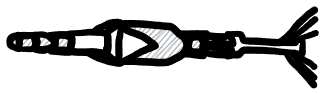
Above: ruleset/ressources/tandem-heat-charge.excalidraw.png in christsven/H.E.A.T (Excalidraw), before the change. Source tidied: one line per element, renumbered; positions are measured from the earlier drawing's top-left corner, leaving out a move shared by most shapes.
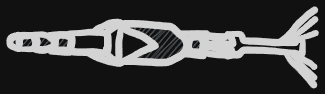
After the change.

Change to the diagram source:
```diff
@@ -1,24 +1,24 @@
-{"id": 0, "type": "freedraw", "strokeColor": "#000000", "angle": 0.01, "backgroundColor": "#868e96", "fillStyle": "hachure", "strokeWidth": 1, "roughness": 1, "x": 11, "y": 39, "width": 18, "height": 14, "points": [[0, 0], [4, 0], [10, 0], [12, 0], [13, 0], [13, -1], [15, -4], [16, -6], [17, -7], [16, -9], [15, -11], [14, -12], [13, -13], [13, -13], [12, -14], [9, -14], [7, -13], [5, -13], [4, -13], [3, -14], [1, -14], [0, -13], [-1, -13], [-1, -11], [-1, -10], [-1, -8], [-1, -7], [-1, -6]]}
+{"id": 0, "type": "freedraw", "strokeColor": "#1e1e1e", "angle": 0.01, "backgroundColor": "#868e96", "fillStyle": "hachure", "strokeWidth": 1, "roughness": 1, "x": 11, "y": 39, "width": 18, "height": 14, "points": [[0, 0], [4, 0], [10, 0], [12, 0], [13, 0], [13, -1], [15, -4], [16, -6], [17, -7], [16, -9], [15, -11], [14, -12], [13, -13], [13, -13], [12, -14], [9, -14], [7, -13], [5, -13], [4, -13], [3, -14], [1, -14], [0, -13], [-1, -13], [-1, -11], [-1, -10], [-1, -8], [-1, -7], [-1, -6]]}
-{"id": 1, "type": "freedraw", "strokeColor": "#000000", "angle": 0.01, "backgroundColor": "#868e96", "fillStyle": "hachure", "strokeWidth": 1, "roughness": 1, "x": 9, "y": 34, "width": 10, "height": 14, "points": [[0, 0], [0, 1], [0, 2], [0, 3], [0, 3], [0, 4], [0, 4], [0, 5], [0, 5], [0, 6], [-1, 6], [-2, 5], [-4, 4], [-5, 4], [-6, 4], [-7, 3], [-8, 3], [-9, 2], [-9, 2], [-9, 1], [-9, -1], [-9, -2], [-9, -3], [-9, -4], [-9, -4], [-9, -5], [-9, -5], [-7, -6], [-5, -7], [-3, -8], [-2, -8], [-1, -8]]}
+{"id": 1, "type": "freedraw", "strokeColor": "#1e1e1e", "angle": 0.01, "backgroundColor": "#868e96", "fillStyle": "hachure", "strokeWidth": 1, "roughness": 1, "x": 9, "y": 34, "width": 10, "height": 14, "points": [[0, 0], [0, 1], [0, 2], [0, 3], [0, 3], [0, 4], [0, 4], [0, 5], [0, 5], [0, 6], [-1, 6], [-2, 5], [-4, 4], [-5, 4], [-6, 4], [-7, 3], [-8, 3], [-9, 2], [-9, 2], [-9, 1], [-9, -1], [-9, -2], [-9, -3], [-9, -4], [-9, -4], [-9, -5], [-9, -5], [-7, -6], [-5, -7], [-3, -8], [-2, -8], [-1, -8]]}
-{"id": 2, "type": "freedraw", "strokeColor": "#000000", "angle": 0.01, "backgroundColor": "#868e96", "fillStyle": "hachure", "strokeWidth": 1, "roughness": 1, "x": 23, "y": 25, "width": 22, "height": 16, "points": [[0, 0], [4, 0], [10, 0], [12, 0], [14, 1], [17, 2], [19, 4], [21, 5], [22, 7], [22, 9], [22, 11], [21, 12], [19, 13], [16, 14], [13, 15], [11, 15], [8, 15], [5, 15], [3, 15], [2, 13], [3, 11], [4, 9], [4, 7], [4, 6], [2, 3], [1, 2]]}
+{"id": 2, "type": "freedraw", "strokeColor": "#1e1e1e", "angle": 0.01, "backgroundColor": "#868e96", "fillStyle": "hachure", "strokeWidth": 1, "roughness": 1, "x": 23, "y": 25, "width": 22, "height": 16, "points": [[0, 0], [4, 0], [10, 0], [12, 0], [14, 1], [17, 2], [19, 4], [21, 5], [22, 7], [22, 9], [22, 11], [21, 12], [19, 13], [16, 14], [13, 15], [11, 15], [8, 15], [5, 15], [3, 15], [2, 13], [3, 11], [4, 9], [4, 7], [4, 6], [2, 3], [1, 2]]}
-{"id": 3, "type": "freedraw", "strokeColor": "#000000", "angle": 0.01, "backgroundColor": "#868e96", "fillStyle": "hachure", "strokeWidth": 1, "roughness": 1, "x": 39, "y": 25, "width": 23, "height": 18, "points": [[0, 0], [2, 0], [5, 0], [10, -1], [12, -1], [15, -1], [17, 0], [18, 0], [20, 0], [22, 0], [22, 1], [23, 4], [23, 6], [22, 8], [22, 11], [22, 13], [21, 15], [21, 17], [19, 17], [14, 17], [12, 17], [9, 17], [6, 16], [4, 16], [3, 16], [2, 16]]}
+{"id": 3, "type": "freedraw", "strokeColor": "#1e1e1e", "angle": 0.01, "backgroundColor": "#868e96", "fillStyle": "hachure", "strokeWidth": 1, "roughness": 1, "x": 39, "y": 25, "width": 23, "height": 18, "points": [[0, 0], [2, 0], [5, 0], [10, -1], [12, -1], [15, -1], [17, 0], [18, 0], [20, 0], [22, 0], [22, 1], [23, 4], [23, 6], [22, 8], [22, 11], [22, 13], [21, 15], [21, 17], [19, 17], [14, 17], [12, 17], [9, 17], [6, 16], [4, 16], [3, 16], [2, 16]]}
-{"id": 4, "type": "freedraw", "strokeColor": "#000000", "angle": 0.01, "backgroundColor": "#868e96", "fillStyle": "hachure", "strokeWidth": 1, "roughness": 1, "x": 45, "y": 41, "width": 17, "height": 16, "points": [[0, 0], [0, -2], [0, -6], [0, -10], [0, -12], [1, -13], [1, -15], [3, -16], [6, -16], [10, -16], [12, -15], [14, -15], [15, -14], [16, -12], [16, -10], [16, -7], [15, -5], [15, -4], [15, -2], [15, -1], [13, -1], [11, -1], [9, -1], [6, -1], [5, -1], [2, -1], [-1, -1]]}
+{"id": 4, "type": "freedraw", "strokeColor": "#1e1e1e", "angle": 0.01, "backgroundColor": "#868e96", "fillStyle": "hachure", "strokeWidth": 1, "roughness": 1, "x": 45, "y": 41, "width": 17, "height": 16, "points": [[0, 0], [0, -2], [0, -6], [0, -10], [0, -12], [1, -13], [1, -15], [3, -16], [6, -16], [10, -16], [12, -15], [14, -15], [15, -14], [16, -12], [16, -10], [16, -7], [15, -5], [15, -4], [15, -2], [15, -1], [13, -1], [11, -1], [9, -1], [6, -1], [5, -1], [2, -1], [-1, -1]]}
-{"id": 5, "type": "freedraw", "strokeColor": "#000000", "angle": 0.01, "backgroundColor": "#868e96", "fillStyle": "hachure", "strokeWidth": 1, "roughness": 1, "x": 59, "y": 24, "width": 42, "height": 21, "points": [[0, 0], [7, 0], [16, -1], [22, -1], [28, -1], [33, -1], [36, -1], [37, 0], [39, 1], [39, 4], [39, 7], [39, 9], [39, 12], [39, 14], [39, 16], [38, 18], [36, 19], [32, 19], [26, 18], [19, 19], [12, 19], [8, 19], [4, 18], [1, 18], [-1, 17]]}
+{"id": 5, "type": "freedraw", "strokeColor": "#1e1e1e", "angle": 0.01, "backgroundColor": "#868e96", "fillStyle": "hachure", "strokeWidth": 1, "roughness": 1, "x": 59, "y": 24, "width": 42, "height": 21, "points": [[0, 0], [7, 0], [16, -1], [22, -1], [28, -1], [33, -1], [36, -1], [37, 0], [39, 1], [39, 4], [39, 7], [39, 9], [39, 12], [39, 14], [39, 16], [38, 18], [36, 19], [32, 19], [26, 18], [19, 19], [12, 19], [8, 19], [4, 18], [1, 18], [-1, 17]]}
-{"id": 6, "type": "freedraw", "strokeColor": "#000000", "angle": 0.01, "backgroundColor": "#868e96", "fillStyle": "hachure", "strokeWidth": 1, "roughness": 1, "x": 84, "y": 22, "width": 28, "height": 12, "points": [[0, 0], [0, -1], [2, -2], [5, -4], [8, -5], [12, -7], [15, -9], [17, -9], [19, -9], [20, -9], [21, -10], [24, -10], [25, -10], [27, -9], [28, -9], [27, -8], [26, -8], [25, -7], [23, -6], [22, -6], [20, -5], [19, -4], [17, -3], [16, -2], [14, -1], [14, 1], [13, 1], [13, 2]]}
+{"id": 6, "type": "freedraw", "strokeColor": "#1e1e1e", "angle": 0.01, "backgroundColor": "#868e96", "fillStyle": "hachure", "strokeWidth": 1, "roughness": 1, "x": 84, "y": 22, "width": 28, "height": 12, "points": [[0, 0], [0, -1], [2, -2], [5, -4], [8, -5], [12, -7], [15, -9], [17, -9], [19, -9], [20, -9], [21, -10], [24, -10], [25, -10], [27, -9], [28, -9], [27, -8], [26, -8], [25, -7], [23, -6], [22, -6], [20, -5], [19, -4], [17, -3], [16, -2], [14, -1], [14, 1], [13, 1], [13, 2]]}
-{"id": 7, "type": "freedraw", "strokeColor": "#000000", "angle": 0.01, "backgroundColor": "#868e96", "fillStyle": "hachure", "strokeWidth": 1, "roughness": 1, "x": 95, "y": 38, "width": 33, "height": 15, "points": [[0, 0], [0, 1], [0, 2], [1, 3], [2, 5], [3, 7], [5, 9], [8, 11], [10, 12], [12, 13], [14, 14], [16, 14], [16, 15], [14, 15], [12, 15], [11, 15], [9, 14], [7, 14], [5, 13], [3, 13], [-1, 12], [-2, 11], [-4, 11], [-5, 10], [-8, 9], [-10, 8], [-12, 8], [-13, 7], [-16, 6], [-17, 5]]}
+{"id": 7, "type": "freedraw", "strokeColor": "#1e1e1e", "angle": 0.01, "backgroundColor": "#868e96", "fillStyle": "hachure", "strokeWidth": 1, "roughness": 1, "x": 95, "y": 38, "width": 33, "height": 15, "points": [[0, 0], [0, 1], [0, 2], [1, 3], [2, 5], [3, 7], [5, 9], [8, 11], [10, 12], [12, 13], [14, 14], [16, 14], [16, 15], [14, 15], [12, 15], [11, 15], [9, 14], [7, 14], [5, 13], [3, 13], [-1, 12], [-2, 11], [-4, 11], [-5, 10], [-8, 9], [-10, 8], [-12, 8], [-13, 7], [-16, 6], [-17, 5]]}
-{"id": 8, "type": "freedraw", "strokeColor": "#000000", "angle": 0.01, "backgroundColor": "#868e96", "fillStyle": "hachure", "strokeWidth": 1, "roughness": 1, "x": 111, "y": 13, "width": 2, "height": 38, "points": [[0, 0], [0, 1], [0, 2], [0, 3], [0, 5], [-1, 6], [-1, 7], [-1, 9], [-1, 11], [-1, 12], [-2, 15], [-2, 17], [-2, 18], [-2, 20], [-2, 22], [-2, 25], [-2, 28], [-2, 30], [-2, 32], [-2, 34], [-2, 35], [-2, 36], [-2, 38], [-1, 38], [-1, 38]]}
+{"id": 8, "type": "freedraw", "strokeColor": "#1e1e1e", "angle": 0.01, "backgroundColor": "#868e96", "fillStyle": "hachure", "strokeWidth": 1, "roughness": 1, "x": 111, "y": 13, "width": 2, "height": 38, "points": [[0, 0], [0, 1], [0, 2], [0, 3], [0, 5], [-1, 6], [-1, 7], [-1, 9], [-1, 11], [-1, 12], [-2, 15], [-2, 17], [-2, 18], [-2, 20], [-2, 22], [-2, 25], [-2, 28], [-2, 30], [-2, 32], [-2, 34], [-2, 35], [-2, 36], [-2, 38], [-1, 38], [-1, 38]]}
-{"id": 9, "type": "freedraw", "strokeColor": "#000000", "angle": 0.01, "backgroundColor": "#868e96", "fillStyle": "hachure", "strokeWidth": 1, "roughness": 1, "x": 112, "y": 53, "width": 66, "height": 39, "points": [[0, 0], [10, -5], [20, -11], [29, -15], [34, -17], [25, -23], [15, -28], [3, -33], [1, -37], [6, -38], [18, -38], [31, -37], [41, -37], [49, -36], [57, -29], [62, -26], [65, -20], [64, -13], [61, -8], [53, -4], [45, 0], [34, 0], [23, -1], [11, -1], [4, -1]]}
+{"id": 9, "type": "freedraw", "strokeColor": "#1e1e1e", "angle": 0.01, "backgroundColor": "#868e96", "fillStyle": "hachure", "strokeWidth": 1, "roughness": 1, "x": 112, "y": 53, "width": 66, "height": 39, "points": [[0, 0], [10, -5], [20, -11], [29, -15], [34, -17], [25, -23], [15, -28], [3, -33], [1, -37], [6, -38], [18, -38], [31, -37], [41, -37], [49, -36], [57, -29], [62, -26], [65, -20], [64, -13], [61, -8], [53, -4], [45, 0], [34, 0], [23, -1], [11, -1], [4, -1]]}
-{"id": 10, "type": "freedraw", "strokeColor": "#000000", "angle": 0.01, "backgroundColor": "#868e96", "fillStyle": "hachure", "strokeWidth": 1, "roughness": 1, "x": 191, "y": 28, "width": 15, "height": 15, "points": [[0, 0], [-3, 0], [-6, 0], [-9, 0], [-11, 0], [-12, 1], [-12, 3], [-12, 6], [-13, 7], [-13, 8], [-13, 10], [-13, 11], [-13, 13], [-13, 13], [-12, 13], [-8, 14], [-5, 14], [-2, 14], [-1, 14], [-1, 14], [0, 14], [1, 14], [1, 13], [1, 10], [2, 8], [2, 6], [2, 4], [2, 4], [2, 2], [2, 2], [1, 2]]}
+{"id": 10, "type": "freedraw", "strokeColor": "#1e1e1e", "angle": 0.01, "backgroundColor": "#868e96", "fillStyle": "hachure", "strokeWidth": 1, "roughness": 1, "x": 191, "y": 28, "width": 15, "height": 15, "points": [[0, 0], [-3, 0], [-6, 0], [-9, 0], [-11, 0], [-12, 1], [-12, 3], [-12, 6], [-13, 7], [-13, 8], [-13, 10], [-13, 11], [-13, 13], [-13, 13], [-12, 13], [-8, 14], [-5, 14], [-2, 14], [-1, 14], [-1, 14], [0, 14], [1, 14], [1, 13], [1, 10], [2, 8], [2, 6], [2, 4], [2, 4], [2, 2], [2, 2], [1, 2]]}
-{"id": 11, "type": "freedraw", "strokeColor": "#000000", "angle": 0.01, "backgroundColor": "#868e96", "fillStyle": "hachure", "strokeWidth": 1, "roughness": 1, "x": 196, "y": 27, "width": 27, "height": 8, "points": [[0, 0], [0, 1], [0, 4], [0, 6], [0, 6], [3, 7], [9, 6], [15, 6], [20, 7], [24, 7], [26, 7], [27, 7], [26, 5], [25, 3], [25, 1], [24, 0], [22, 0], [18, 0], [15, 0], [13, 0], [9, 0], [7, 0], [5, 0], [3, -1], [2, -1], [1, -1]]}
+{"id": 11, "type": "freedraw", "strokeColor": "#1e1e1e", "angle": 0.01, "backgroundColor": "#868e96", "fillStyle": "hachure", "strokeWidth": 1, "roughness": 1, "x": 196, "y": 27, "width": 27, "height": 8, "points": [[0, 0], [0, 1], [0, 4], [0, 6], [0, 6], [3, 7], [9, 6], [15, 6], [20, 7], [24, 7], [26, 7], [27, 7], [26, 5], [25, 3], [25, 1], [24, 0], [22, 0], [18, 0], [15, 0], [13, 0], [9, 0], [7, 0], [5, 0], [3, -1], [2, -1], [1, -1]]}
-{"id": 12, "type": "freedraw", "strokeColor": "#000000", "angle": 0.01, "backgroundColor": "#868e96", "fillStyle": "hachure", "strokeWidth": 1, "roughness": 1, "x": 196, "y": 37, "width": 26, "height": 8, "points": [[0, 0], [0, 2], [0, 4], [0, 5], [0, 7], [3, 7], [8, 8], [11, 8], [14, 8], [17, 8], [20, 8], [22, 8], [24, 8], [26, 8], [26, 7], [26, 5], [26, 4], [26, 3], [25, 2], [23, 1], [20, 1], [18, 1], [16, 1], [12, 1], [9, 1], [5, 0], [3, 0], [1, 0]]}
+{"id": 12, "type": "freedraw", "strokeColor": "#1e1e1e", "angle": 0.01, "backgroundColor": "#868e96", "fillStyle": "hachure", "strokeWidth": 1, "roughness": 1, "x": 196, "y": 37, "width": 26, "height": 8, "points": [[0, 0], [0, 2], [0, 4], [0, 5], [0, 7], [3, 7], [8, 8], [11, 8], [14, 8], [17, 8], [20, 8], [22, 8], [24, 8], [26, 8], [26, 7], [26, 5], [26, 4], [26, 3], [25, 2], [23, 1], [20, 1], [18, 1], [16, 1], [12, 1], [9, 1], [5, 0], [3, 0], [1, 0]]}
-{"id": 13, "type": "freedraw", "strokeColor": "#000000", "angle": 0.01, "backgroundColor": "#868e96", "fillStyle": "hachure", "strokeWidth": 1, "roughness": 1, "x": 173, "y": 45, "width": 21, "height": 1, "points": [[0, 0], [0, 0], [1, 0], [2, 0], [3, 0], [5, 0], [6, 0], [7, 0], [8, 0], [9, 0], [10, 0], [11, 0], [12, 0], [13, 0], [14, 0], [14, 0], [15, 1], [16, 1], [17, 1], [18, 1], [18, 1], [19, 1], [20, 1], [20, 1], [20, 1], [20, 1], [20, 1], [21, 1], [21, 1]]}
+{"id": 13, "type": "freedraw", "strokeColor": "#1e1e1e", "angle": 0.01, "backgroundColor": "#868e96", "fillStyle": "hachure", "strokeWidth": 1, "roughness": 1, "x": 173, "y": 45, "width": 21, "height": 1, "points": [[0, 0], [0, 0], [1, 0], [2, 0], [3, 0], [5, 0], [6, 0], [7, 0], [8, 0], [9, 0], [10, 0], [11, 0], [12, 0], [13, 0], [14, 0], [14, 0], [15, 1], [16, 1], [17, 1], [18, 1], [18, 1], [19, 1], [20, 1], [20, 1], [20, 1], [20, 1], [20, 1], [21, 1], [21, 1]]}
-{"id": 14, "type": "freedraw", "strokeColor": "#000000", "angle": 0.01, "backgroundColor": "#868e96", "fillStyle": "hachure", "strokeWidth": 1, "roughness": 1, "x": 171, "y": 24, "width": 25, "height": 0, "points": [[0, 0], [0, 0], [1, 0], [1, 0], [2, 0], [3, 0], [4, 0], [5, 0], [6, 0], [7, 0], [9, 0], [10, 0], [11, 0], [12, 0], [13, 0], [14, 0], [15, 0], [15, 0], [16, 0], [16, 0], [17, 0], [18, 0], [19, 0], [20, 0], [21, 0], [22, 0], [23, 0], [23, 0], [24, 0], [25, 0], [25, 0], [25, 0], [25, 0]]}
+{"id": 14, "type": "freedraw", "strokeColor": "#1e1e1e", "angle": 0.01, "backgroundColor": "#868e96", "fillStyle": "hachure", "strokeWidth": 1, "roughness": 1, "x": 171, "y": 24, "width": 25, "height": 0, "points": [[0, 0], [0, 0], [1, 0], [1, 0], [2, 0], [3, 0], [4, 0], [5, 0], [6, 0], [7, 0], [9, 0], [10, 0], [11, 0], [12, 0], [13, 0], [14, 0], [15, 0], [15, 0], [16, 0], [16, 0], [17, 0], [18, 0], [19, 0], [20, 0], [21, 0], [22, 0], [23, 0], [23, 0], [24, 0], [25, 0], [25, 0], [25, 0], [25, 0]]}
-{"id": 15, "type": "freedraw", "strokeColor": "#000000", "angle": 0.01, "backgroundColor": "#868e96", "fillStyle": "hachure", "strokeWidth": 1, "roughness": 1, "x": 217, "y": 24, "width": 68, "height": 8, "points": [[0, 0], [4, 0], [10, 0], [12, 0], [14, 0], [15, 3], [15, 4], [16, 7], [17, 7], [21, 7], [24, 7], [27, 7], [31, 7], [35, 7], [41, 8], [45, 8], [48, 8], [51, 8], [55, 8], [58, 8], [61, 8], [63, 8], [65, 8], [66, 8], [67, 8]]}
+{"id": 15, "type": "freedraw", "strokeColor": "#1e1e1e", "angle": 0.01, "backgroundColor": "#868e96", "fillStyle": "hachure", "strokeWidth": 1, "roughness": 1, "x": 217, "y": 24, "width": 68, "height": 8, "points": [[0, 0], [4, 0], [10, 0], [12, 0], [14, 0], [15, 3], [15, 4], [16, 7], [17, 7], [21, 7], [24, 7], [27, 7], [31, 7], [35, 7], [41, 8], [45, 8], [48, 8], [51, 8], [55, 8], [58, 8], [61, 8], [63, 8], [65, 8], [66, 8], [67, 8]]}
-{"id": 16, "type": "freedraw", "strokeColor": "#000000", "angle": 0.01, "backgroundColor": "#868e96", "fillStyle": "hachure", "strokeWidth": 1, "roughness": 1, "x": 284, "y": 42, "width": 67, "height": 6, "points": [[0, 0], [-4, 0], [-8, 0], [-11, 0], [-14, 0], [-20, -1], [-25, -1], [-30, -1], [-34, -1], [-39, -1], [-42, -1], [-45, -1], [-47, -1], [-49, -1], [-51, -1], [-53, 0], [-53, 1], [-55, 3], [-55, 3], [-57, 3], [-58, 4], [-61, 3], [-63, 3], [-64, 3], [-65, 4], [-67, 5]]}
+{"id": 16, "type": "freedraw", "strokeColor": "#1e1e1e", "angle": 0.01, "backgroundColor": "#868e96", "fillStyle": "hachure", "strokeWidth": 1, "roughness": 1, "x": 284, "y": 42, "width": 67, "height": 6, "points": [[0, 0], [-4, 0], [-8, 0], [-11, 0], [-14, 0], [-20, -1], [-25, -1], [-30, -1], [-34, -1], [-39, -1], [-42, -1], [-45, -1], [-47, -1], [-49, -1], [-51, -1], [-53, 0], [-53, 1], [-55, 3], [-55, 3], [-57, 3], [-58, 4], [-61, 3], [-63, 3], [-64, 3], [-65, 4], [-67, 5]]}
-{"id": 17, "type": "freedraw", "strokeColor": "#000000", "angle": 0.01, "backgroundColor": "#868e96", "fillStyle": "hachure", "strokeWidth": 1, "roughness": 1, "x": 271, "y": 31, "width": 34, "height": 31, "points": [[0, 0], [0, 0], [1, -1], [2, -1], [3, -2], [4, -3], [5, -3], [6, -4], [7, -5], [8, -6], [9, -7], [10, -8], [12, -10], [13, -11], [14, -13], [15, -13], [15, -15], [16, -15], [17, -17], [19, -19], [21, -20], [23, -22], [25, -24], [26, -26], [27, -26], [28, -27], [29, -28], [30, -29], [32, -29], [33, -30], [33, -31], [34, -31]]}
+{"id": 17, "type": "freedraw", "strokeColor": "#1e1e1e", "angle": 0.01, "backgroundColor": "#868e96", "fillStyle": "hachure", "strokeWidth": 1, "roughness": 1, "x": 271, "y": 31, "width": 34, "height": 31, "points": [[0, 0], [0, 0], [1, -1], [2, -1], [3, -2], [4, -3], [5, -3], [6, -4], [7, -5], [8, -6], [9, -7], [10, -8], [12, -10], [13, -11], [14, -13], [15, -13], [15, -15], [16, -15], [17, -17], [19, -19], [21, -20], [23, -22], [25, -24], [26, -26], [27, -26], [28, -27], [29, -28], [30, -29], [32, -29], [33, -30], [33, -31], [34, -31]]}
-{"id": 18, "type": "freedraw", "strokeColor": "#000000", "angle": 0.01, "backgroundColor": "#868e96", "fillStyle": "hachure", "strokeWidth": 1, "roughness": 1, "x": 280, "y": 31, "width": 25, "height": 21, "points": [[0, 0], [0, 0], [0, 0], [1, -1], [2, -2], [4, -3], [5, -4], [6, -6], [7, -7], [9, -8], [10, -9], [12, -10], [13, -11], [14, -12], [15, -13], [17, -14], [18, -15], [19, -16], [20, -17], [20, -18], [21, -18], [22, -19], [22, -19], [23, -20], [23, -20], [24, -20], [24, -21], [25, -21], [25, -21], [25, -21], [25, -21]]}
+{"id": 18, "type": "freedraw", "strokeColor": "#1e1e1e", "angle": 0.01, "backgroundColor": "#868e96", "fillStyle": "hachure", "strokeWidth": 1, "roughness": 1, "x": 280, "y": 31, "width": 25, "height": 21, "points": [[0, 0], [0, 0], [0, 0], [1, -1], [2, -2], [4, -3], [5, -4], [6, -6], [7, -7], [9, -8], [10, -9], [12, -10], [13, -11], [14, -12], [15, -13], [17, -14], [18, -15], [19, -16], [20, -17], [20, -18], [21, -18], [22, -19], [22, -19], [23, -20], [23, -20], [24, -20], [24, -21], [25, -21], [25, -21], [25, -21], [25, -21]]}
-{"id": 19, "type": "freedraw", "strokeColor": "#000000", "angle": 0.01, "backgroundColor": "#868e96", "fillStyle": "hachure", "strokeWidth": 1, "roughness": 1, "x": 285, "y": 31, "width": 21, "height": 8, "points": [[0, 0], [0, 0], [1, -1], [2, -1], [3, -2], [5, -2], [6, -3], [8, -4], [10, -4], [11, -4], [13, -5], [14, -5], [15, -6], [17, -6], [17, -7], [18, -7], [18, -7], [19, -7], [19, -7], [19, -7], [20, -8], [20, -8], [20, -8], [21, -8], [21, -8], [21, -8], [21, -8]]}
+{"id": 19, "type": "freedraw", "strokeColor": "#1e1e1e", "angle": 0.01, "backgroundColor": "#868e96", "fillStyle": "hachure", "strokeWidth": 1, "roughness": 1, "x": 285, "y": 31, "width": 21, "height": 8, "points": [[0, 0], [0, 0], [1, -1], [2, -1], [3, -2], [5, -2], [6, -3], [8, -4], [10, -4], [11, -4], [13, -5], [14, -5], [15, -6], [17, -6], [17, -7], [18, -7], [18, -7], [19, -7], [19, -7], [19, -7], [20, -8], [20, -8], [20, -8], [21, -8], [21, -8], [21, -8], [21, -8]]}
-{"id": 20, "type": "freedraw", "strokeColor": "#000000", "angle": 0.01, "backgroundColor": "#868e96", "fillStyle": "hachure", "strokeWidth": 1, "roughness": 1, "x": 285, "y": 44, "width": 20, "height": 13, "points": [[0, 0], [0, 0], [0, 0], [1, 1], [2, 1], [3, 2], [4, 3], [5, 4], [6, 5], [7, 5], [8, 6], [9, 6], [10, 7], [12, 8], [13, 8], [14, 8], [14, 9], [15, 9], [16, 9], [16, 10], [17, 11], [17, 11], [18, 11], [18, 12], [19, 13], [19, 13], [20, 13], [20, 13], [20, 13], [20, 13]]}
+{"id": 20, "type": "freedraw", "strokeColor": "#1e1e1e", "angle": 0.01, "backgroundColor": "#868e96", "fillStyle": "hachure", "strokeWidth": 1, "roughness": 1, "x": 285, "y": 44, "width": 20, "height": 13, "points": [[0, 0], [0, 0], [0, 0], [1, 1], [2, 1], [3, 2], [4, 3], [5, 4], [6, 5], [7, 5], [8, 6], [9, 6], [10, 7], [12, 8], [13, 8], [14, 8], [14, 9], [15, 9], [16, 9], [16, 10], [17, 11], [17, 11], [18, 11], [18, 12], [19, 13], [19, 13], [20, 13], [20, 13], [20, 13], [20, 13]]}
-{"id": 21, "type": "freedraw", "strokeColor": "#000000", "angle": 0.01, "backgroundColor": "#868e96", "fillStyle": "hachure", "strokeWidth": 1, "roughness": 1, "x": 281, "y": 44, "width": 23, "height": 24, "points": [[0, 0], [0, 0], [0, 1], [2, 2], [3, 3], [4, 4], [5, 5], [6, 7], [7, 8], [8, 9], [9, 10], [9, 11], [10, 12], [11, 13], [11, 13], [12, 14], [12, 14], [13, 15], [13, 16], [14, 16], [15, 17], [15, 17], [16, 18], [16, 18], [17, 19], [18, 20], [18, 20], [19, 20], [19, 21], [20, 21], [20, 21], [20, 21], [20, 22], [20, 22], [21, 22], [21, 22], [22, 23], [22, 23], [22, 24], [22, 24], [23, 24], [23, 24], [23, 24]]}
+{"id": 21, "type": "freedraw", "strokeColor": "#1e1e1e", "angle": 0.01, "backgroundColor": "#868e96", "fillStyle": "hachure", "strokeWidth": 1, "roughness": 1, "x": 281, "y": 44, "width": 23, "height": 24, "points": [[0, 0], [0, 0], [0, 1], [2, 2], [3, 3], [4, 4], [5, 5], [6, 7], [7, 8], [8, 9], [9, 10], [9, 11], [10, 12], [11, 13], [11, 13], [12, 14], [12, 14], [13, 15], [13, 16], [14, 16], [15, 17], [15, 17], [16, 18], [16, 18], [17, 19], [18, 20], [18, 20], [19, 20], [19, 21], [20, 21], [20, 21], [20, 21], [20, 22], [20, 22], [21, 22], [21, 22], [22, 23], [22, 23], [22, 24], [22, 24], [23, 24], [23, 24], [23, 24]]}
-{"id": 22, "type": "freedraw", "strokeColor": "#000000", "angle": 0.01, "backgroundColor": "#868e96", "fillStyle": "hachure", "strokeWidth": 1, "roughness": 1, "x": 276, "y": 44, "width": 28, "height": 31, "points": [[0, 0], [0, 0], [1, 2], [3, 5], [4, 7], [6, 8], [8, 10], [10, 12], [12, 13], [14, 15], [15, 17], [17, 19], [18, 20], [19, 21], [21, 22], [22, 23], [23, 24], [23, 25], [25, 27], [25, 28], [26, 28], [27, 29], [27, 29], [27, 30], [28, 31], [28, 31]]}
+{"id": 22, "type": "freedraw", "strokeColor": "#1e1e1e", "angle": 0.01, "backgroundColor": "#868e96", "fillStyle": "hachure", "strokeWidth": 1, "roughness": 1, "x": 276, "y": 44, "width": 28, "height": 31, "points": [[0, 0], [0, 0], [1, 2], [3, 5], [4, 7], [6, 8], [8, 10], [10, 12], [12, 13], [14, 15], [15, 17], [17, 19], [18, 20], [19, 21], [21, 22], [22, 23], [23, 24], [23, 25], [25, 27], [25, 28], [26, 28], [27, 29], [27, 29], [27, 30], [28, 31], [28, 31]]}
-{"id": 23, "type": "freedraw", "strokeColor": "#000000", "angle": 0.01, "backgroundColor": "#868e96", "fillStyle": "hachure", "strokeWidth": 1, "roughness": 1, "x": 289, "y": 31, "width": 6, "height": 15, "points": [[0, 0], [0, 0], [1, 0], [1, 0], [2, 0], [2, 0], [2, 0], [3, 0], [3, 0], [4, 0], [4, 0], [4, 0], [4, 0], [4, 1], [4, 1], [4, 2], [4, 3], [4, 4], [4, 4], [4, 5], [4, 6], [4, 6], [4, 7], [4, 8], [4, 9], [4, 9], [4, 10], [4, 11], [4, 11], [4, 11], [4, 12], [4, 12], [4, 13], [4, 13], [4, 13], [4, 13], [4, 14], [4, 14], [3, 14], [3, 15], [3, 15], [1, 14], [0, 14], [-2, 13], [-2, 13], [-3, 13], [-3, 13]]}
+{"id": 23, "type": "freedraw", "strokeColor": "#1e1e1e", "angle": 0.01, "backgroundColor": "#868e96", "fillStyle": "hachure", "strokeWidth": 1, "roughness": 1, "x": 289, "y": 31, "width": 6, "height": 15, "points": [[0, 0], [0, 0], [1, 0], [1, 0], [2, 0], [2, 0], [2, 0], [3, 0], [3, 0], [4, 0], [4, 0], [4, 0], [4, 0], [4, 1], [4, 1], [4, 2], [4, 3], [4, 4], [4, 4], [4, 5], [4, 6], [4, 6], [4, 7], [4, 8], [4, 9], [4, 9], [4, 10], [4, 11], [4, 11], [4, 11], [4, 12], [4, 12], [4, 13], [4, 13], [4, 13], [4, 13], [4, 14], [4, 14], [3, 14], [3, 15], [3, 15], [1, 14], [0, 14], [-2, 13], [-2, 13], [-3, 13], [-3, 13]]}
```
